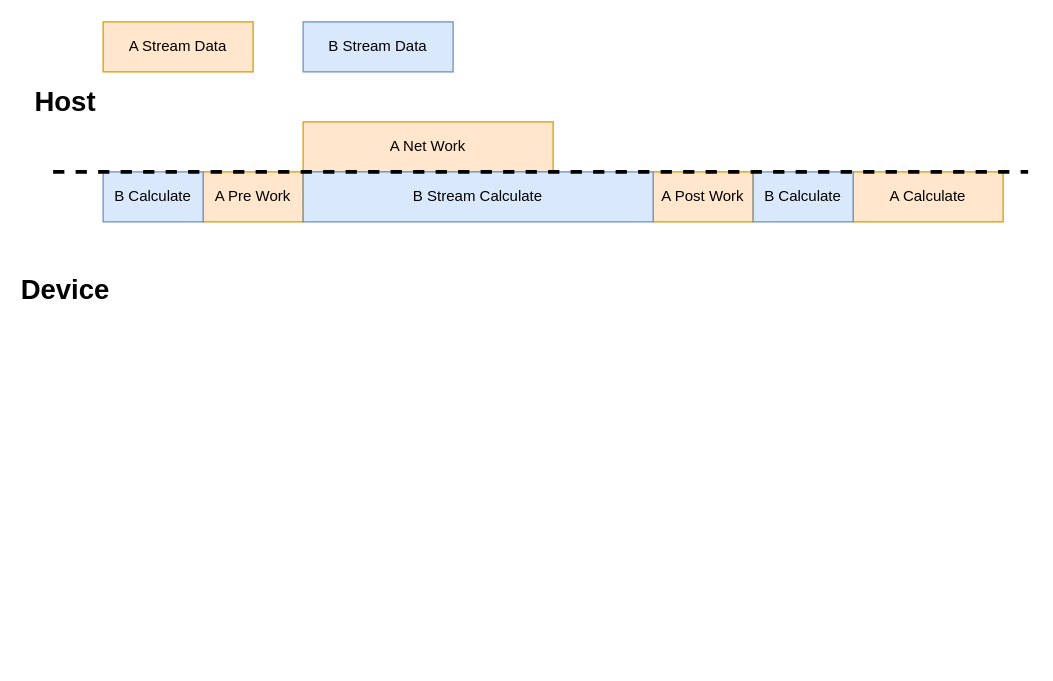
This is overlap.drawio from BEYHHH/SBLP, a draw.io file, before an edit. Source tidied: cells renumbered, new cells numbered last; positions are measured from the earlier drawing's top-left corner, leaving out a move shared by most shapes. Both pictures are drawn from the tidied source at 125%, with x=0, y=0 at pixel (28, 21).
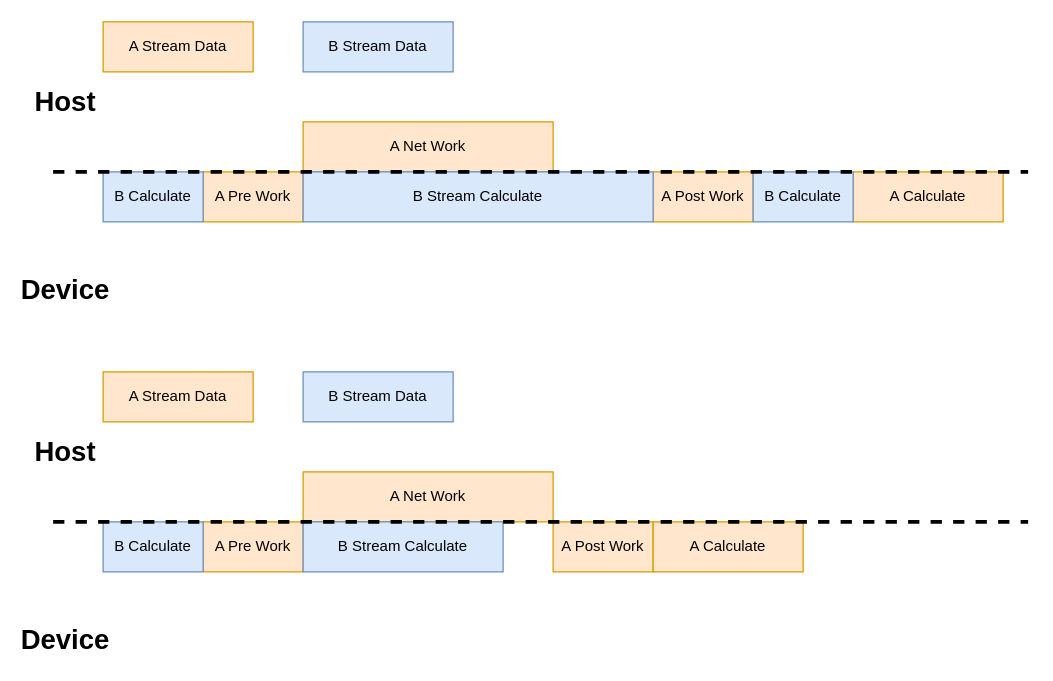
Above is the later version.

Diff of the diagram source:
```diff
@@
+    <mxCell id="14" value="A Pre Work" style="rounded=0;whiteSpace=wrap;html=1;fillColor=#ffe6cc;strokeColor=#d79b00;" parent="1" vertex="1">
+      <mxGeometry x="140" y="400" width="80" height="40" as="geometry" />
+    </mxCell>
+    <mxCell id="15" value="A Post Work" style="rounded=0;whiteSpace=wrap;html=1;fillColor=#ffe6cc;strokeColor=#d79b00;" parent="1" vertex="1">
+      <mxGeometry x="420" y="400" width="80" height="40" as="geometry" />
+    </mxCell>
+    <mxCell id="16" value="A Net Work" style="rounded=0;whiteSpace=wrap;html=1;fillColor=#ffe6cc;strokeColor=#d79b00;" parent="1" vertex="1">
+      <mxGeometry x="220" y="360" width="200" height="40" as="geometry" />
+    </mxCell>
+    <mxCell id="17" value="B Stream Calculate" style="rounded=0;whiteSpace=wrap;html=1;fillColor=#dae8fc;strokeColor=#6c8ebf;" parent="1" vertex="1">
+      <mxGeometry x="220" y="400" width="160" height="40" as="geometry" />
+    </mxCell>
+    <mxCell id="18" value="B Calculate" style="rounded=0;whiteSpace=wrap;html=1;fillColor=#dae8fc;strokeColor=#6c8ebf;" parent="1" vertex="1">
+      <mxGeometry x="60" y="400" width="80" height="40" as="geometry" />
+    </mxCell>
+    <mxCell id="19" value="A Calculate" style="rounded=0;whiteSpace=wrap;html=1;fillColor=#ffe6cc;strokeColor=#d79b00;" parent="1" vertex="1">
+      <mxGeometry x="500" y="400" width="120" height="40" as="geometry" />
+    </mxCell>
+    <mxCell id="20" value="A Stream Data" style="rounded=0;whiteSpace=wrap;html=1;fillColor=#ffe6cc;strokeColor=#d79b00;" parent="1" vertex="1">
+      <mxGeometry x="60" y="280" width="120" height="40" as="geometry" />
+    </mxCell>
+    <mxCell id="21" value="B Stream Data" style="rounded=0;whiteSpace=wrap;html=1;fillColor=#dae8fc;strokeColor=#6c8ebf;" parent="1" vertex="1">
+      <mxGeometry x="220" y="280" width="120" height="40" as="geometry" />
+    </mxCell>
+    <mxCell id="22" style="endArrow=none;dashed=1;html=1;rounded=0;strokeWidth=3;" parent="1" edge="1">
+      <mxGeometry relative="1" as="geometry">
+        <mxPoint x="20" y="400" as="sourcePoint" />
+        <mxPoint x="800" y="400" as="targetPoint" />
+      </mxGeometry>
+    </mxCell>
+    <mxCell id="23" value="&lt;b&gt;&lt;font style=&quot;font-size: 22px;&quot;&gt;Host&lt;/font&gt;&lt;/b&gt;" style="text;html=1;strokeColor=none;fillColor=none;align=center;verticalAlign=middle;whiteSpace=wrap;rounded=0;" parent="1" vertex="1">
+      <mxGeometry y="330" width="60" height="30" as="geometry" />
+    </mxCell>
+    <mxCell id="24" value="&lt;b&gt;&lt;font style=&quot;font-size: 22px;&quot;&gt;Device&lt;/font&gt;&lt;/b&gt;" style="text;html=1;strokeColor=none;fillColor=none;align=center;verticalAlign=middle;whiteSpace=wrap;rounded=0;" parent="1" vertex="1">
+      <mxGeometry y="480" width="60" height="30" as="geometry" />
+    </mxCell>
```
